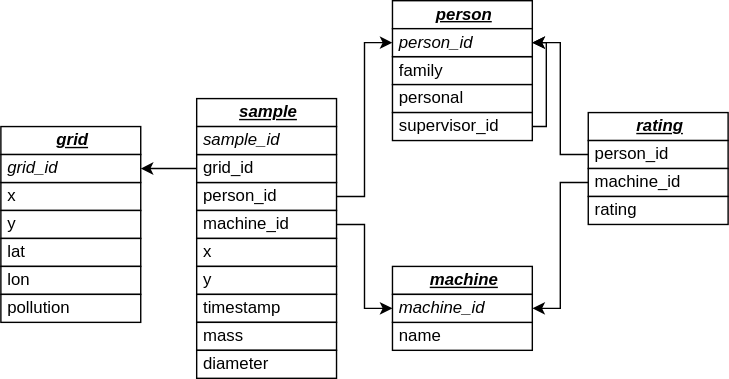
Before: pages/img/schema.svg, a diagram exported from draw.io (gvwilson/snailz). Source tidied: cells renumbered, new cells last; positions are measured from the earlier drawing's top-left corner, leaving out a move shared by most shapes.
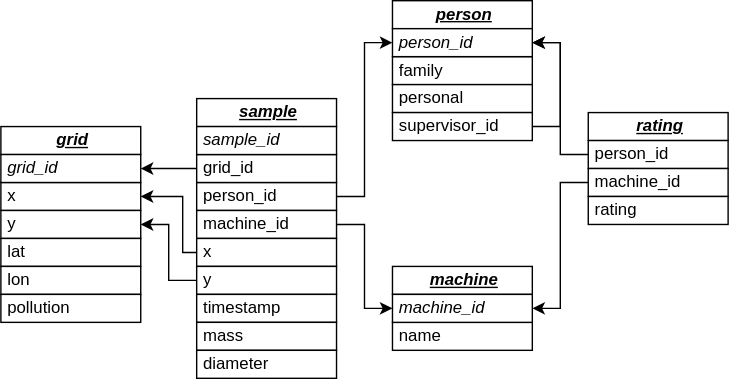
The same diagram one commit later.

Commit message:
revising schema diagram

Diff of the diagram source:
```diff
@@ -105,7 +105,23 @@
       <mxGeometry x="140" y="90" width="100" height="20" as="geometry" />
     </mxCell>
     <mxCell id="36" style="endArrow=classic;html=1;rounded=0;entryX=1;entryY=0.5;entryDx=0;entryDy=0;exitX=1;exitY=0.5;exitDx=0;exitDy=0;edgeStyle=orthogonalEdgeStyle;" parent="1" edge="1" source="13" target="11">
-      <mxGeometry relative="1" as="geometry" />
+      <mxGeometry relative="1" as="geometry">
+        <Array as="points">
+          <mxPoint x="400" y="90" />
+          <mxPoint x="400" y="30" />
+        </Array>
+      </mxGeometry>
     </mxCell>
+    <mxCell id="37" style="endArrow=classic;html=1;rounded=0;entryX=1;entryY=0.5;entryDx=0;entryDy=0;exitX=0;exitY=0.5;exitDx=0;exitDy=0;edgeStyle=orthogonalEdgeStyle;" parent="1" edge="1" source="25" target="15">
+      <mxGeometry relative="1" as="geometry">
+        <Array as="points">
+          <mxPoint x="130" y="180" />
+          <mxPoint x="130" y="140" />
+        </Array>
+      </mxGeometry>
+    </mxCell>
+    <mxCell id="38" style="endArrow=classic;html=1;rounded=0;entryX=1;entryY=0.5;entryDx=0;entryDy=0;exitX=0;exitY=0.5;exitDx=0;exitDy=0;edgeStyle=orthogonalEdgeStyle;" parent="1" edge="1" source="26" target="17">
+      <mxGeometry relative="1" as="geometry" />
+    </mxCell>
   </root>
 </mxGraphModel>
```
